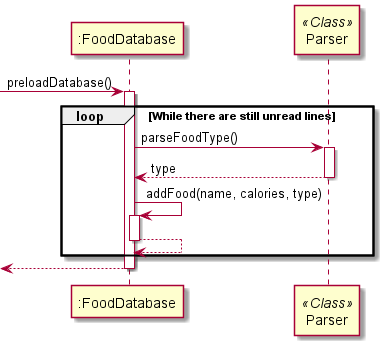
praj-bellakka/tp keeps this PlantUML diagram as docs/diagrams-DG/FoodDatabase_preloadDatabase_Seq.png. Above is the earlier version.
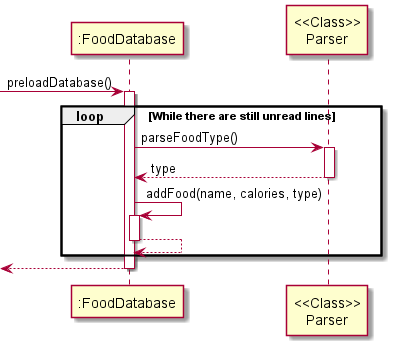
The same file after the commit.

Change to the diagram source:
```diff
@@ -1,14 +1,12 @@
 @startuml
 
-
 -> ":FoodDatabase": preloadDatabase()
-participant Parser << Class >>
 activate ":FoodDatabase"
 
 loop While there are still unread lines
 
-    ":FoodDatabase" -> Parser: parseFoodType()
-    activate Parser
+    ":FoodDatabase" -> "<<Class>>\nParser": parseFoodType()
+    activate "<<Class>>\nParser"
     return type
 
     ":FoodDatabase" -> ":FoodDatabase": addFood(name, calories, type)
```
